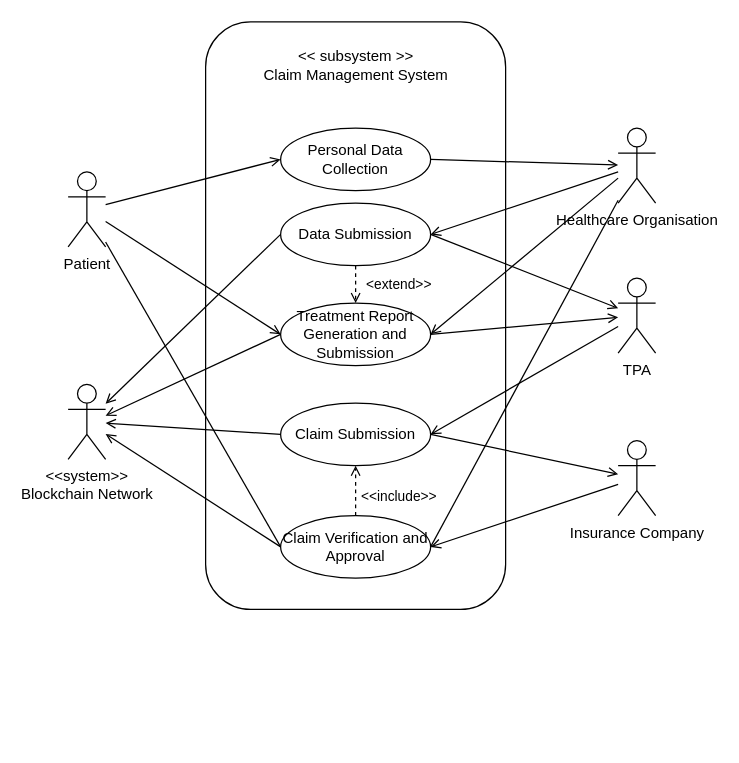
This is Untitled Diagram.drawio from jkt10125/healthcare-claim-processing-system, a draw.io file, before an edit. Source tidied: cells renumbered, new cells numbered last; positions are measured from the earlier drawing's top-left corner, leaving out a move shared by most shapes. Both pictures are drawn from the tidied source at 125%, with x=0, y=0 at pixel (68, 21).
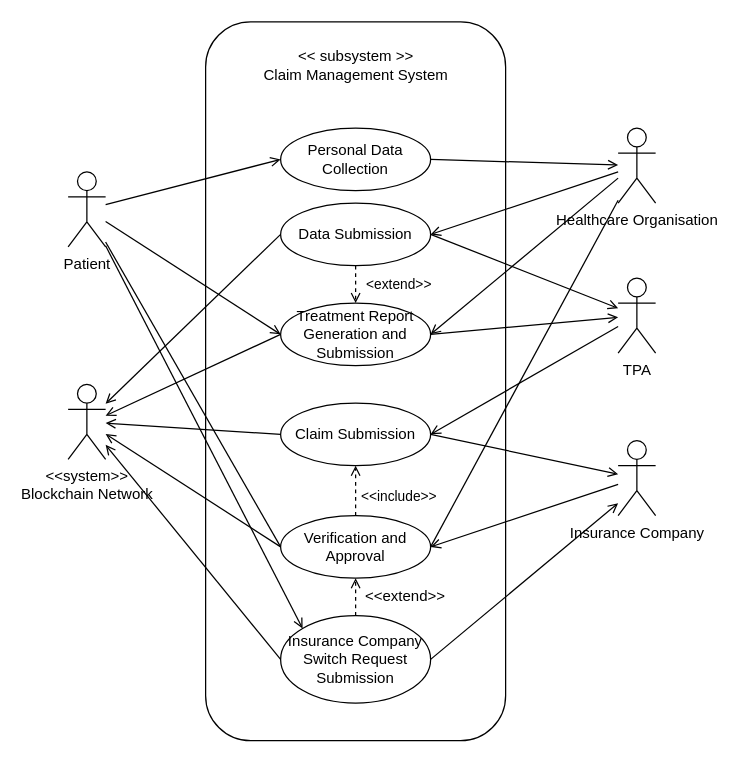
Above is the later version.

Unchanged cells that the change refers to:
```xml
<mxCell id="2" value="&lt;div&gt;Patient&lt;/div&gt;" style="shape=umlActor;verticalLabelPosition=bottom;verticalAlign=top;html=1;outlineConnect=0;" parent="1" vertex="1">
  <mxGeometry y="120" width="30" height="60" as="geometry" />
</mxCell>
<mxCell id="3" value="&lt;div&gt;&amp;lt;&amp;lt;system&amp;gt;&amp;gt;&lt;/div&gt;&lt;div&gt;Blockchain Network&lt;br&gt;&lt;/div&gt;" style="shape=umlActor;verticalLabelPosition=bottom;verticalAlign=top;html=1;outlineConnect=0;" parent="1" vertex="1">
  <mxGeometry y="290" width="30" height="60" as="geometry" />
</mxCell>
```

Diff of the diagram source:
```diff
@@
     <mxCell id="4" style="rounded=1;whiteSpace=wrap;html=1;" parent="1" vertex="1">
-      <mxGeometry x="110" width="240" height="470" as="geometry" />
+      <mxGeometry x="110" width="240" height="575" as="geometry" />
     </mxCell>
@@
-    <mxCell id="30" value="Claim Verification and Approval" style="ellipse;whiteSpace=wrap;html=1;" parent="1" vertex="1">
+    <mxCell id="30" value="Verification and Approval" style="ellipse;whiteSpace=wrap;html=1;" parent="1" vertex="1">
       <mxGeometry x="170" y="395" width="120" height="50" as="geometry" />
     </mxCell>
@@
+    <mxCell id="34" style="rounded=0;jettySize=auto;html=1;exitX=0;exitY=0.5;exitDx=0;exitDy=0;endArrow=open;endFill=0;" parent="1" edge="1" source="37" target="3">
+      <mxGeometry relative="1" as="geometry" />
+    </mxCell>
+    <mxCell id="35" style="rounded=0;jettySize=auto;html=1;exitX=0.5;exitY=0;exitDx=0;exitDy=0;entryX=0.5;entryY=1;entryDx=0;entryDy=0;dashed=1;endArrow=open;endFill=0;" parent="1" edge="1" source="37" target="30">
+      <mxGeometry relative="1" as="geometry" />
+    </mxCell>
+    <mxCell id="36" style="rounded=0;jettySize=auto;html=1;exitX=1;exitY=0.5;exitDx=0;exitDy=0;endArrow=open;endFill=0;" parent="1" edge="1" source="37">
+      <mxGeometry relative="1" as="geometry">
+        <mxPoint x="440" y="385" as="targetPoint" />
+      </mxGeometry>
+    </mxCell>
+    <mxCell id="37" value="Insurance Company Switch Request Submission" style="ellipse;whiteSpace=wrap;html=1;" parent="1" vertex="1">
+      <mxGeometry x="170" y="475" width="120" height="70" as="geometry" />
+    </mxCell>
+    <mxCell id="38" style="rounded=0;jettySize=auto;html=1;entryX=0;entryY=0;entryDx=0;entryDy=0;strokeColor=default;endArrow=open;endFill=0;" parent="1" edge="1" source="2" target="37">
+      <mxGeometry relative="1" as="geometry" />
+    </mxCell>
+    <mxCell id="39" value="&amp;lt;&amp;lt;extend&amp;gt;&amp;gt;" style="text;strokeColor=none;align=center;fillColor=none;html=1;verticalAlign=middle;whiteSpace=wrap;rounded=0;" parent="1" vertex="1">
+      <mxGeometry x="240" y="445" width="60" height="30" as="geometry" />
+    </mxCell>
```
